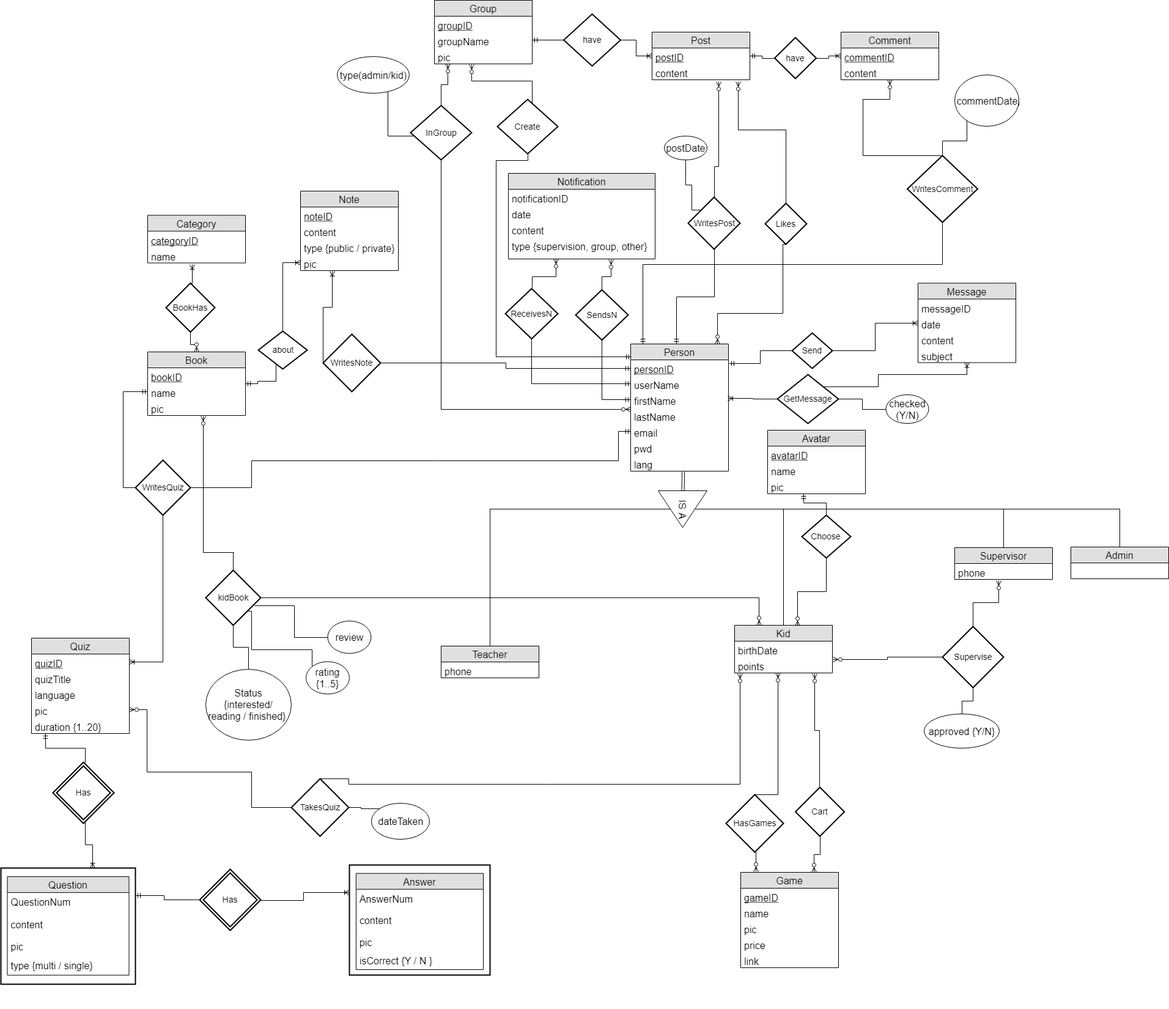
Above: docs/BookReadingERD.png in QkSr4497/Book-Reading (draw.io), before the change. Source tidied: cells renumbered, new cells last; positions are measured from the earlier drawing's top-left corner, leaving out a move shared by most shapes.
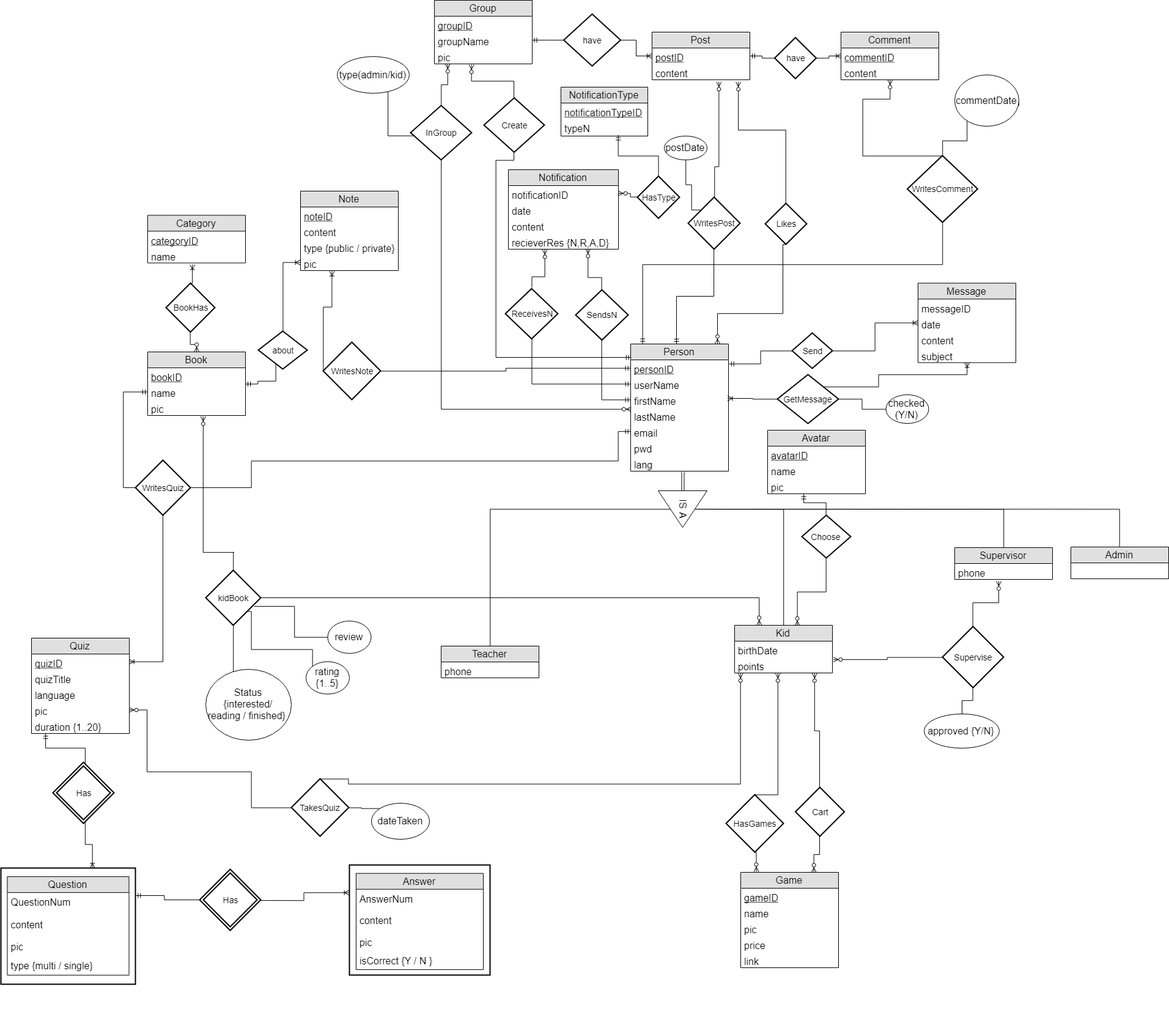
Later version of the same file.

The edit, as a diff of the source:
```diff
@@ -228,7 +228,7 @@
       <mxGeometry relative="1" as="geometry">
         <Array as="points">
           <mxPoint x="527" y="502" />
-          <mxPoint x="542" y="502" />
+          <mxPoint x="541" y="502" />
         </Array>
       </mxGeometry>
     </mxCell>
@@ -236,7 +236,7 @@
       <mxGeometry relative="1" as="geometry" />
     </mxCell>
     <mxCell id="59" value="WritesNote" style="shape=rhombus;strokeWidth=2;fontSize=16;perimeter=rhombusPerimeter;whiteSpace=wrap;html=1;align=center;fontSize=14;" parent="1" vertex="1">
-      <mxGeometry x="527" y="546" width="94" height="94" as="geometry" />
+      <mxGeometry x="527" y="559" width="94" height="94" as="geometry" />
     </mxCell>
     <mxCell id="60" value="Category" style="swimlane;fontStyle=0;horizontal=1;startSize=26;fillColor=#e0e0e0;swimlaneFillColor=#ffffff;align=center;fontSize=16;" parent="1" vertex="1">
       <mxGeometry x="240" y="351.5" width="160" height="78" as="geometry" />
@@ -291,7 +291,7 @@
     </mxCell>
     <mxCell id="75" style="edgeStyle=orthogonalEdgeStyle;rounded=0;jettySize=auto;html=1;exitX=0.5;exitY=0;exitDx=0;exitDy=0;endArrow=ERmandOne;endFill=0;entryX=0.144;entryY=1;entryDx=0;entryDy=0;entryPerimeter=0;fontSize=16;" parent="1" edge="1" target="71">
       <mxGeometry relative="1" as="geometry">
-        <mxPoint x="138" y="1247" as="sourcePoint" />
+        <mxPoint x="137.9" y="1247.5" as="sourcePoint" />
         <Array as="points">
           <mxPoint x="138" y="1223" />
           <mxPoint x="73" y="1223" />
@@ -300,8 +300,8 @@
     </mxCell>
     <mxCell id="76" style="edgeStyle=orthogonalEdgeStyle;rounded=0;orthogonalLoop=1;jettySize=auto;html=1;endArrow=ERoneToMany;endFill=0;fontSize=16;" parent="1" edge="1">
       <mxGeometry relative="1" as="geometry">
-        <mxPoint x="138" y="1342" as="sourcePoint" />
-        <mxPoint x="150" y="1419" as="targetPoint" />
+        <mxPoint x="137.9" y="1341.6" as="sourcePoint" />
+        <mxPoint x="149.6" y="1419.3" as="targetPoint" />
         <Array as="points">
           <mxPoint x="138" y="1381" />
           <mxPoint x="150" y="1381" />
@@ -423,7 +423,7 @@
     </mxCell>
     <mxCell id="111" style="edgeStyle=orthogonalEdgeStyle;rounded=0;jettySize=auto;html=1;endArrow=ERzeroToMany;endFill=1;exitX=0.5;exitY=0;exitDx=0;exitDy=0;fontSize=16;" parent="1" edge="1" source="114">
       <mxGeometry relative="1" as="geometry">
-        <mxPoint x="331" y="680" as="targetPoint" />
+        <mxPoint x="330.8" y="680.5" as="targetPoint" />
         <Array as="points">
           <mxPoint x="381" y="903" />
           <mxPoint x="331" y="903" />
@@ -435,7 +435,12 @@
       <mxGeometry relative="1" as="geometry" />
     </mxCell>
     <mxCell id="113" style="edgeStyle=orthogonalEdgeStyle;rounded=0;jettySize=auto;html=1;exitX=0.5;exitY=1;exitDx=0;exitDy=0;endArrow=none;endFill=0;fontSize=16;" parent="1" edge="1" source="114" target="115">
-      <mxGeometry relative="1" as="geometry" />
+      <mxGeometry relative="1" as="geometry">
+        <Array as="points">
+          <mxPoint x="380" y="1072" />
+          <mxPoint x="380" y="1072" />
+        </Array>
+      </mxGeometry>
     </mxCell>
     <mxCell id="114" value="kidBook" style="shape=rhombus;strokeWidth=2;fontSize=16;perimeter=rhombusPerimeter;whiteSpace=wrap;html=1;align=center;fontSize=14;" parent="1" vertex="1">
       <mxGeometry x="335" y="932" width="90" height="90" as="geometry" />
@@ -443,7 +448,7 @@
     <mxCell id="115" value="Status&lt;br style=&quot;font-size: 16px;&quot;&gt;{interested/ reading / finished}&amp;nbsp;" style="ellipse;whiteSpace=wrap;html=1;fontSize=16;" parent="1" vertex="1">
       <mxGeometry x="335" y="1094" width="140" height="116" as="geometry" />
     </mxCell>
-    <mxCell id="116" style="edgeStyle=orthogonalEdgeStyle;rounded=0;jettySize=auto;html=1;entryX=0.892;entryY=0.647;entryDx=0;entryDy=0;entryPerimeter=0;endArrow=none;endFill=0;fontSize=16;" parent="1" edge="1" source="117" target="114">
+    <mxCell id="116" style="edgeStyle=orthogonalEdgeStyle;rounded=0;jettySize=auto;html=1;entryX=0.887;entryY=0.654;entryDx=0;entryDy=0;entryPerimeter=0;endArrow=none;endFill=0;fontSize=16;" parent="1" edge="1" source="117" target="114">
       <mxGeometry relative="1" as="geometry" />
     </mxCell>
     <mxCell id="117" value="review&lt;br style=&quot;font-size: 16px;&quot;&gt;" style="ellipse;whiteSpace=wrap;html=1;fontSize=16;" parent="1" vertex="1">
@@ -451,7 +456,7 @@
     </mxCell>
     <mxCell id="118" style="edgeStyle=orthogonalEdgeStyle;rounded=0;jettySize=auto;html=1;exitX=0;exitY=0;exitDx=0;exitDy=0;endArrow=none;endFill=0;fontSize=16;" parent="1" edge="1" source="119">
       <mxGeometry relative="1" as="geometry">
-        <mxPoint x="402" y="999" as="targetPoint" />
+        <mxPoint x="402.6" y="999.3" as="targetPoint" />
         <Array as="points">
           <mxPoint x="509" y="1062" />
           <mxPoint x="410" y="1062" />
@@ -474,10 +479,10 @@
     <mxCell id="123" value="pic" style="text;strokeColor=none;fillColor=none;spacingLeft=4;spacingRight=4;overflow=hidden;points=[[0,0.5],[1,0.5]];portConstraint=eastwest;fontSize=16;" parent="120" vertex="1">
       <mxGeometry y="78" width="160" height="26" as="geometry" />
     </mxCell>
-    <mxCell id="124" style="edgeStyle=orthogonalEdgeStyle;rounded=0;jettySize=auto;html=1;entryX=0.379;entryY=1.051;entryDx=0;entryDy=0;entryPerimeter=0;endArrow=ERzeroToMany;endFill=1;fontSize=16;" parent="1" edge="1" source="126" target="123">
+    <mxCell id="124" style="edgeStyle=orthogonalEdgeStyle;rounded=0;jettySize=auto;html=1;entryX=0.379;entryY=1.051;entryDx=0;entryDy=0;entryPerimeter=0;endArrow=ERzeroToMany;endFill=1;fontSize=16;exitX=0.5;exitY=0;exitDx=0;exitDy=0;" parent="1" edge="1" source="126" target="123">
       <mxGeometry relative="1" as="geometry">
         <Array as="points">
-          <mxPoint x="869" y="132" />
+          <mxPoint x="839" y="132" />
           <mxPoint x="770" y="132" />
         </Array>
       </mxGeometry>
@@ -485,14 +490,14 @@
     <mxCell id="125" style="edgeStyle=orthogonalEdgeStyle;rounded=0;jettySize=auto;html=1;entryX=0.004;entryY=0.103;entryDx=0;entryDy=0;entryPerimeter=0;endArrow=ERmandOne;endFill=0;fontSize=16;exitX=0.5;exitY=1;exitDx=0;exitDy=0;" parent="1" edge="1" source="126" target="9">
       <mxGeometry relative="1" as="geometry">
         <Array as="points">
-          <mxPoint x="862" y="262" />
+          <mxPoint x="839" y="262" />
           <mxPoint x="810" y="262" />
-          <mxPoint x="810" y="583" />
+          <mxPoint x="810" y="584" />
         </Array>
       </mxGeometry>
     </mxCell>
     <mxCell id="126" value="Create" style="shape=rhombus;strokeWidth=2;fontSize=16;perimeter=rhombusPerimeter;whiteSpace=wrap;html=1;align=center;fontSize=14;" parent="1" vertex="1">
-      <mxGeometry x="812" y="162" width="99" height="89" as="geometry" />
+      <mxGeometry x="790" y="159.5" width="99" height="89" as="geometry" />
     </mxCell>
     <mxCell id="127" style="edgeStyle=orthogonalEdgeStyle;rounded=0;jettySize=auto;html=1;entryX=0.138;entryY=1;entryDx=0;entryDy=0;entryPerimeter=0;endArrow=ERzeroToMany;endFill=1;fontSize=16;" parent="1" edge="1" source="131" target="123">
       <mxGeometry relative="1" as="geometry" />
@@ -502,7 +507,7 @@
     </mxCell>
     <mxCell id="129" style="edgeStyle=orthogonalEdgeStyle;rounded=0;jettySize=auto;html=1;endArrow=none;endFill=0;fontSize=16;" parent="1" edge="1" source="130">
       <mxGeometry relative="1" as="geometry">
-        <mxPoint x="680" y="222" as="targetPoint" />
+        <mxPoint x="680.2" y="221.6" as="targetPoint" />
         <Array as="points">
           <mxPoint x="633" y="222" />
           <mxPoint x="700" y="222" />
@@ -605,15 +610,15 @@
     <mxCell id="157" style="edgeStyle=orthogonalEdgeStyle;rounded=0;jettySize=auto;html=1;exitX=0.5;exitY=0;exitDx=0;exitDy=0;endArrow=ERzeroToMany;endFill=1;fontSize=16;entryX=0.057;entryY=1.028;entryDx=0;entryDy=0;entryPerimeter=0;" parent="1" edge="1" source="160" target="4">
       <mxGeometry relative="1" as="geometry">
         <Array as="points">
-          <mxPoint x="569" y="1273" />
-          <mxPoint x="569" y="1282" />
-          <mxPoint x="1209" y="1282" />
+          <mxPoint x="568" y="1273" />
+          <mxPoint x="568" y="1282" />
+          <mxPoint x="1210" y="1282" />
         </Array>
       </mxGeometry>
     </mxCell>
     <mxCell id="158" style="edgeStyle=orthogonalEdgeStyle;rounded=0;jettySize=auto;html=1;entryX=1;entryY=0.5;entryDx=0;entryDy=0;exitX=0;exitY=0.5;exitDx=0;exitDy=0;endArrow=ERzeroToMany;endFill=1;fontSize=16;" parent="1" edge="1" source="160">
       <mxGeometry relative="1" as="geometry">
-        <mxPoint x="210" y="1160" as="targetPoint" />
+        <mxPoint x="209.6" y="1160.5" as="targetPoint" />
         <Array as="points">
           <mxPoint x="410" y="1320" />
           <mxPoint x="410" y="1262" />
@@ -635,25 +640,26 @@
       <mxGeometry x="1510" y="1167" width="123" height="56" as="geometry" />
     </mxCell>
     <mxCell id="163" value="Notification" style="swimlane;fontStyle=0;horizontal=1;startSize=26;fillColor=#e0e0e0;swimlaneFillColor=#ffffff;align=center;fontSize=16;swimlaneLine=1;" parent="1" vertex="1">
-      <mxGeometry x="830" y="283" width="240" height="140" as="geometry" />
+      <mxGeometry x="830" y="277" width="180" height="130" as="geometry" />
     </mxCell>
     <mxCell id="164" value="notificationID" style="text;strokeColor=none;fillColor=none;spacingLeft=4;spacingRight=4;overflow=hidden;points=[[0,0.5],[1,0.5]];portConstraint=eastwest;fontSize=16;" parent="163" vertex="1">
-      <mxGeometry y="26" width="240" height="26" as="geometry" />
+      <mxGeometry y="26" width="180" height="26" as="geometry" />
     </mxCell>
     <mxCell id="165" value="date" style="text;strokeColor=none;fillColor=none;spacingLeft=4;spacingRight=4;overflow=hidden;fontSize=16;" parent="163" vertex="1">
-      <mxGeometry y="52" width="240" height="26" as="geometry" />
+      <mxGeometry y="52" width="180" height="26" as="geometry" />
     </mxCell>
     <mxCell id="166" value="content" style="text;strokeColor=none;fillColor=none;spacingLeft=4;spacingRight=4;overflow=hidden;fontSize=16;" parent="163" vertex="1">
-      <mxGeometry y="78" width="240" height="26" as="geometry" />
+      <mxGeometry y="78" width="180" height="26" as="geometry" />
     </mxCell>
-    <mxCell id="167" value="type {supervision, group, other}&#10;" style="text;strokeColor=none;fillColor=none;spacingLeft=4;spacingRight=4;overflow=hidden;points=[[0,0.5],[1,0.5]];portConstraint=eastwest;fontSize=16;" parent="163" vertex="1">
-      <mxGeometry y="104" width="240" height="36" as="geometry" />
+    <mxCell id="167" value="recieverRes {N,R,A,D}" style="text;strokeColor=none;fillColor=none;spacingLeft=4;spacingRight=4;overflow=hidden;points=[[0,0.5],[1,0.5]];portConstraint=eastwest;fontSize=16;" parent="163" vertex="1">
+      <mxGeometry y="104" width="180" height="26" as="geometry" />
     </mxCell>
-    <mxCell id="168" style="edgeStyle=orthogonalEdgeStyle;rounded=0;jettySize=auto;html=1;endArrow=ERzeroToMany;endFill=1;fontSize=16;exitX=0.506;exitY=-0.017;exitDx=0;exitDy=0;exitPerimeter=0;entryX=0.325;entryY=0.996;entryDx=0;entryDy=0;entryPerimeter=0;" parent="1" edge="1" source="170" target="167">
+    <mxCell id="168" style="edgeStyle=orthogonalEdgeStyle;rounded=0;jettySize=auto;html=1;endArrow=ERzeroToMany;endFill=1;fontSize=16;exitX=0.506;exitY=-0.017;exitDx=0;exitDy=0;exitPerimeter=0;" parent="1" edge="1" source="170">
       <mxGeometry relative="1" as="geometry">
+        <mxPoint x="889.6" y="407.5" as="targetPoint" />
         <Array as="points">
           <mxPoint x="869" y="452" />
-          <mxPoint x="908" y="452" />
+          <mxPoint x="890" y="452" />
         </Array>
       </mxGeometry>
     </mxCell>
@@ -663,11 +669,11 @@
     <mxCell id="170" value="ReceivesN" style="shape=rhombus;strokeWidth=2;fontSize=16;perimeter=rhombusPerimeter;whiteSpace=wrap;html=1;align=center;fontSize=14;" parent="1" vertex="1">
       <mxGeometry x="825" y="471.5" width="86" height="82" as="geometry" />
     </mxCell>
-    <mxCell id="171" style="edgeStyle=orthogonalEdgeStyle;rounded=0;jettySize=auto;html=1;endArrow=ERzeroToMany;endFill=1;entryX=0.7;entryY=1.018;entryDx=0;entryDy=0;entryPerimeter=0;" parent="1" edge="1" source="173" target="167">
+    <mxCell id="171" style="edgeStyle=orthogonalEdgeStyle;rounded=0;jettySize=auto;html=1;endArrow=ERzeroToMany;endFill=1;entryX=0.721;entryY=0.989;entryDx=0;entryDy=0;entryPerimeter=0;" parent="1" edge="1" source="173" target="167">
       <mxGeometry relative="1" as="geometry">
         <Array as="points">
-          <mxPoint x="983" y="452" />
-          <mxPoint x="998" y="452" />
+          <mxPoint x="983" y="453" />
+          <mxPoint x="960" y="453" />
         </Array>
       </mxGeometry>
     </mxCell>
@@ -677,5 +683,32 @@
     <mxCell id="173" value="SendsN" style="shape=rhombus;strokeWidth=2;fontSize=16;perimeter=rhombusPerimeter;whiteSpace=wrap;html=1;align=center;fontSize=14;" parent="1" vertex="1">
       <mxGeometry x="940" y="473.5" width="86" height="82" as="geometry" />
     </mxCell>
+    <mxCell id="174" value="NotificationType" style="swimlane;fontStyle=0;horizontal=1;startSize=26;fillColor=#e0e0e0;swimlaneFillColor=#ffffff;align=center;fontSize=16;swimlaneLine=1;" parent="1" vertex="1">
+      <mxGeometry x="916" y="142" width="142" height="80" as="geometry" />
+    </mxCell>
+    <mxCell id="175" value="notificationTypeID" style="text;strokeColor=none;fillColor=none;spacingLeft=4;spacingRight=4;overflow=hidden;fontSize=16;fontStyle=4;" parent="174" vertex="1">
+      <mxGeometry y="26" width="142" height="26" as="geometry" />
+    </mxCell>
+    <mxCell id="176" value="typeN" style="text;strokeColor=none;fillColor=none;spacingLeft=4;spacingRight=4;overflow=hidden;points=[[0,0.5],[1,0.5]];portConstraint=eastwest;fontSize=16;" parent="174" vertex="1">
+      <mxGeometry y="52" width="142" height="28" as="geometry" />
+    </mxCell>
+    <mxCell id="177" style="edgeStyle=orthogonalEdgeStyle;rounded=0;jettySize=auto;html=1;entryX=0.663;entryY=0.964;entryDx=0;entryDy=0;entryPerimeter=0;endArrow=ERmandOne;endFill=0;" parent="1" edge="1" source="179" target="176">
+      <mxGeometry relative="1" as="geometry">
+        <Array as="points">
+          <mxPoint x="1076" y="255" />
+          <mxPoint x="1010" y="255" />
+        </Array>
+      </mxGeometry>
+    </mxCell>
+    <mxCell id="178" style="edgeStyle=orthogonalEdgeStyle;rounded=0;jettySize=auto;html=1;exitX=0;exitY=0.5;exitDx=0;exitDy=0;entryX=1;entryY=0.5;entryDx=0;entryDy=0;endArrow=ERzeroToMany;endFill=1;" parent="1" edge="1" source="179" target="164">
+      <mxGeometry relative="1" as="geometry">
+        <Array as="points">
+          <mxPoint x="1030" y="316" />
+        </Array>
+      </mxGeometry>
+    </mxCell>
+    <mxCell id="179" value="HasType" style="shape=rhombus;strokeWidth=2;fontSize=16;perimeter=rhombusPerimeter;whiteSpace=wrap;html=1;align=center;fontSize=14;" parent="1" vertex="1">
+      <mxGeometry x="1041" y="287.5" width="69" height="69" as="geometry" />
+    </mxCell>
   </root>
 </mxGraphModel>
```
